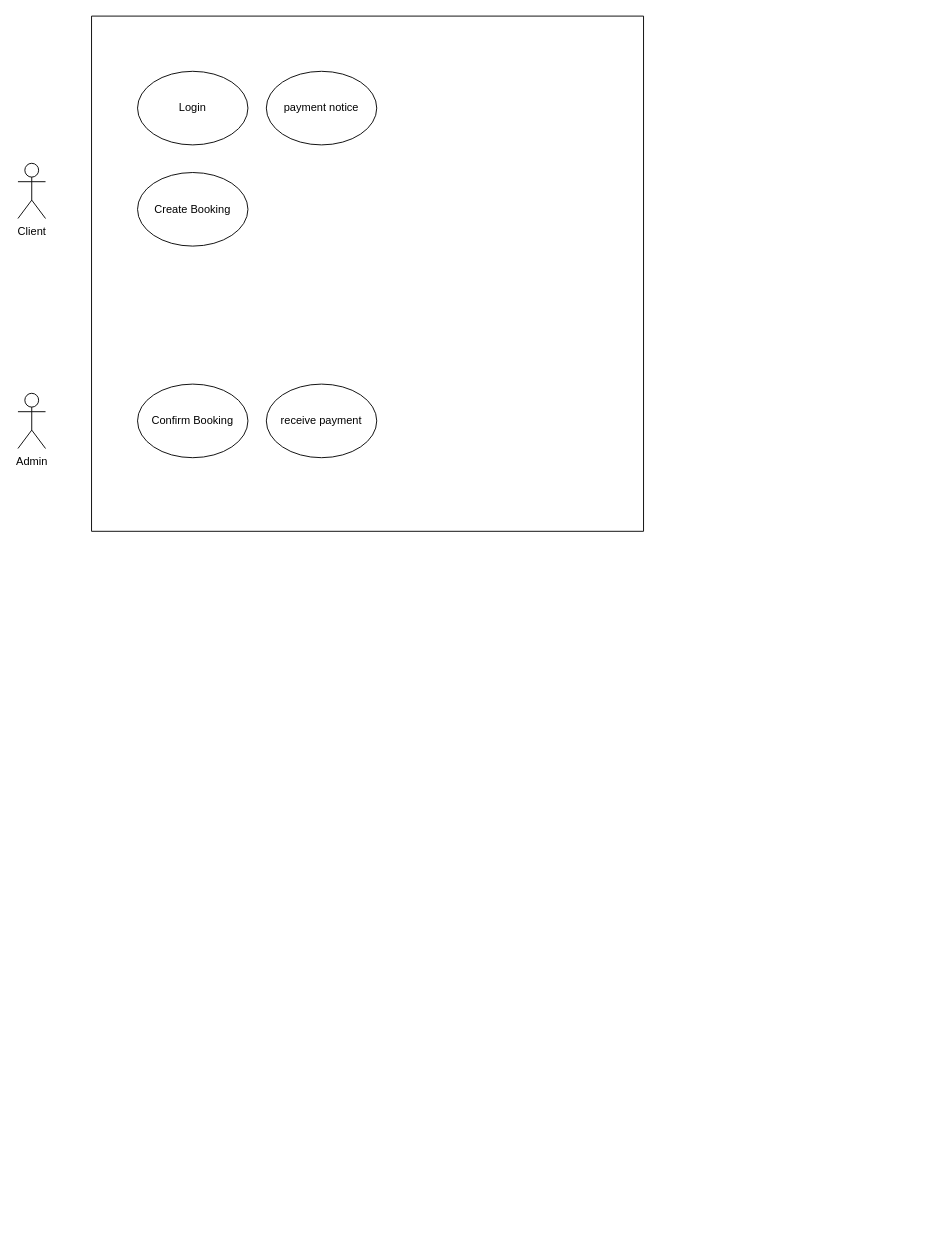
The draw.io diagram resources/useCaseDiagram.drawio in keyboard-jo/java-project, before the edit. Source tidied: cells renumbered, new cells numbered last; positions are measured from the earlier drawing's top-left corner, leaving out a move shared by most shapes. Both pictures are drawn from the tidied source at 92%, with x=0, y=0 at pixel (17, 16).
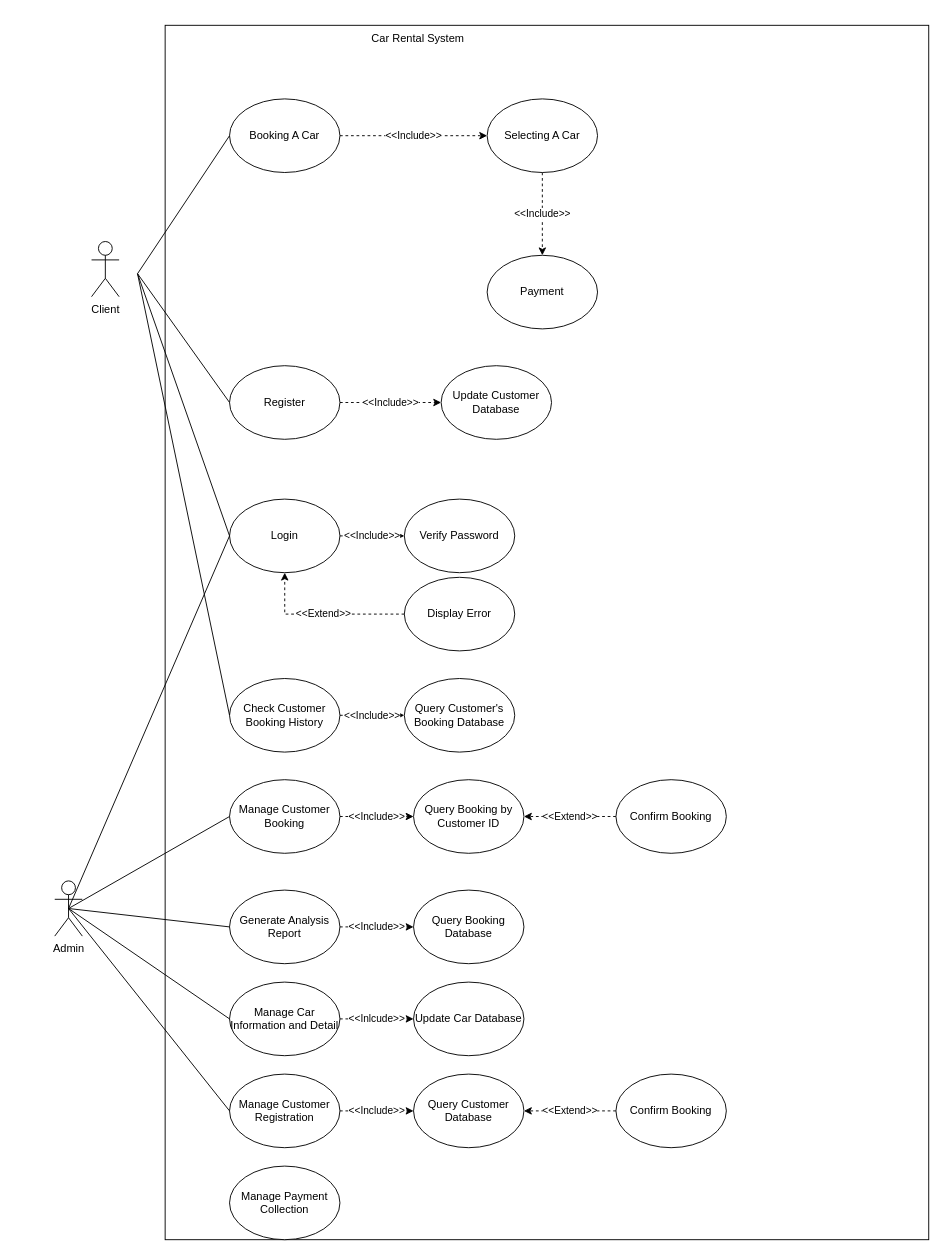
The same diagram, later.

What changed in the source:
```diff
@@
-    <mxCell id="2" style="swimlane;startSize=0;" parent="1" vertex="1">
-      <mxGeometry x="80" width="600" height="560" as="geometry" />
-    </mxCell>
+    <mxCell id="10" style="rounded=0;whiteSpace=wrap;html=1;" parent="1" vertex="1">
+      <mxGeometry x="160" y="10" width="830" height="1320" as="geometry" />
+    </mxCell>
+    <mxCell id="11" value="Car Rental System" style="text;html=1;strokeColor=none;fillColor=none;align=center;verticalAlign=middle;whiteSpace=wrap;rounded=0;" parent="1" vertex="1">
+      <mxGeometry x="370" y="10" width="130" height="30" as="geometry" />
+    </mxCell>
+    <mxCell id="12" value="&amp;lt;&amp;lt;Include&amp;gt;&amp;gt;" style="edgeStyle=orthogonalEdgeStyle;rounded=0;jettySize=auto;html=1;dashed=1;startArrow=none;startFill=0;endArrow=classic;endFill=1;" parent="1" edge="1" source="13" target="52">
+      <mxGeometry relative="1" as="geometry" />
+    </mxCell>
+    <mxCell id="13" value="Register" style="ellipse;whiteSpace=wrap;html=1;" parent="1" vertex="1">
+      <mxGeometry x="230" y="380" width="120" height="80" as="geometry" />
+    </mxCell>
+    <mxCell id="14" value="&amp;lt;&amp;lt;Include&amp;gt;&amp;gt;" style="edgeStyle=orthogonalEdgeStyle;rounded=0;jettySize=auto;html=1;entryX=0;entryY=0.5;entryDx=0;entryDy=0;dashed=1;startArrow=none;startFill=0;endArrow=classic;endFill=1;" parent="1" edge="1" source="3" target="23">
+      <mxGeometry relative="1" as="geometry" />
+    </mxCell>
-    <mxCell id="3" value="Login" style="ellipse;whiteSpace=wrap;html=1;" parent="2" vertex="1">
-      <mxGeometry x="50" y="60" width="120" height="80" as="geometry" />
+    <mxCell id="3" value="Login" style="ellipse;whiteSpace=wrap;html=1;" parent="1" vertex="1">
+      <mxGeometry x="230" y="525" width="120" height="80" as="geometry" />
     </mxCell>
-    <mxCell id="4" value="Create Booking" style="ellipse;whiteSpace=wrap;html=1;" parent="2" vertex="1">
-      <mxGeometry x="50" y="170" width="120" height="80" as="geometry" />
-    </mxCell>
-    <mxCell id="5" value="Confirm Booking" style="ellipse;whiteSpace=wrap;html=1;" parent="2" vertex="1">
-      <mxGeometry x="50" y="400" width="120" height="80" as="geometry" />
-    </mxCell>
-    <mxCell id="6" value="payment notice" style="ellipse;whiteSpace=wrap;html=1;" parent="2" vertex="1">
-      <mxGeometry x="190" y="60" width="120" height="80" as="geometry" />
-    </mxCell>
-    <mxCell id="7" value="receive payment" style="ellipse;whiteSpace=wrap;html=1;" parent="2" vertex="1">
-      <mxGeometry x="190" y="400" width="120" height="80" as="geometry" />
-    </mxCell>
+    <mxCell id="15" value="&amp;lt;&amp;lt;Include&amp;gt;&amp;gt;" style="edgeStyle=orthogonalEdgeStyle;rounded=0;jettySize=auto;html=1;entryX=0;entryY=0.5;entryDx=0;entryDy=0;dashed=1;startArrow=none;startFill=0;endArrow=classic;endFill=1;" parent="1" edge="1" source="16" target="25">
+      <mxGeometry relative="1" as="geometry" />
+    </mxCell>
+    <mxCell id="16" value="Booking A Car" style="ellipse;whiteSpace=wrap;html=1;" parent="1" vertex="1">
+      <mxGeometry x="230" y="90" width="120" height="80" as="geometry" />
+    </mxCell>
+    <mxCell id="17" value="Payment" style="ellipse;whiteSpace=wrap;html=1;" parent="1" vertex="1">
+      <mxGeometry x="510" y="260" width="120" height="80" as="geometry" />
+    </mxCell>
+    <mxCell id="18" value="&amp;lt;&amp;lt;Inlcude&amp;gt;&amp;gt;" style="edgeStyle=orthogonalEdgeStyle;rounded=0;jettySize=auto;html=1;dashed=1;startArrow=none;startFill=0;endArrow=classic;endFill=1;" parent="1" edge="1" source="19" target="46">
+      <mxGeometry relative="1" as="geometry" />
+    </mxCell>
+    <mxCell id="19" value="Manage Car Information and Detail" style="ellipse;whiteSpace=wrap;html=1;" parent="1" vertex="1">
+      <mxGeometry x="230" y="1050" width="120" height="80" as="geometry" />
+    </mxCell>
+    <mxCell id="20" style="endArrow=none;html=1;rounded=0;entryX=0;entryY=0.5;entryDx=0;entryDy=0;" parent="1" edge="1" target="13">
+      <mxGeometry relative="1" as="geometry">
+        <mxPoint x="130" y="280" as="sourcePoint" />
+      </mxGeometry>
+    </mxCell>
+    <mxCell id="21" style="endArrow=none;html=1;rounded=0;entryX=0;entryY=0.5;entryDx=0;entryDy=0;" parent="1" edge="1" target="3">
+      <mxGeometry relative="1" as="geometry">
+        <mxPoint x="130" y="280" as="sourcePoint" />
+      </mxGeometry>
+    </mxCell>
+    <mxCell id="22" style="endArrow=none;html=1;rounded=0;entryX=0;entryY=0.5;entryDx=0;entryDy=0;" parent="1" edge="1" target="16">
+      <mxGeometry relative="1" as="geometry">
+        <mxPoint x="130" y="280" as="sourcePoint" />
+      </mxGeometry>
+    </mxCell>
+    <mxCell id="23" value="Verify Password" style="ellipse;whiteSpace=wrap;html=1;" parent="1" vertex="1">
+      <mxGeometry x="420" y="525" width="120" height="80" as="geometry" />
+    </mxCell>
+    <mxCell id="24" value="&amp;lt;&amp;lt;Include&amp;gt;&amp;gt;" style="edgeStyle=orthogonalEdgeStyle;rounded=0;jettySize=auto;html=1;entryX=0.5;entryY=0;entryDx=0;entryDy=0;dashed=1;startArrow=none;startFill=0;endArrow=classic;endFill=1;" parent="1" edge="1" source="25" target="17">
+      <mxGeometry relative="1" as="geometry" />
+    </mxCell>
+    <mxCell id="25" value="Selecting A Car" style="ellipse;whiteSpace=wrap;html=1;" parent="1" vertex="1">
+      <mxGeometry x="510" y="90" width="120" height="80" as="geometry" />
+    </mxCell>
+    <mxCell id="9" value="Admin" style="shape=umlActor;verticalLabelPosition=bottom;verticalAlign=top;html=1;outlineConnect=0;" parent="1" vertex="1">
+      <mxGeometry x="40" y="940" width="30" height="60" as="geometry" />
+    </mxCell>
     <mxCell id="8" value="Client" style="shape=umlActor;verticalLabelPosition=bottom;verticalAlign=top;html=1;" parent="1" vertex="1">
-      <mxGeometry y="160" width="30" height="60" as="geometry" />
+      <mxGeometry x="80" y="245" width="30" height="60" as="geometry" />
     </mxCell>
-    <mxCell id="9" value="Admin" style="shape=umlActor;verticalLabelPosition=bottom;verticalAlign=top;html=1;outlineConnect=0;" parent="1" vertex="1">
-      <mxGeometry y="410" width="30" height="60" as="geometry" />
-    </mxCell>
+    <mxCell id="26" value="&amp;lt;&amp;lt;Include&amp;gt;&amp;gt;" style="edgeStyle=orthogonalEdgeStyle;rounded=0;jettySize=auto;html=1;entryX=0;entryY=0.5;entryDx=0;entryDy=0;startArrow=none;startFill=0;endArrow=classic;endFill=1;dashed=1;" parent="1" edge="1" source="27" target="43">
+      <mxGeometry relative="1" as="geometry" />
+    </mxCell>
+    <mxCell id="27" value="Check Customer Booking History" style="ellipse;whiteSpace=wrap;html=1;" parent="1" vertex="1">
+      <mxGeometry x="230" y="720" width="120" height="80" as="geometry" />
+    </mxCell>
+    <mxCell id="28" value="&amp;lt;&amp;lt;Include&amp;gt;&amp;gt;" style="edgeStyle=orthogonalEdgeStyle;rounded=0;jettySize=auto;html=1;entryX=0;entryY=0.5;entryDx=0;entryDy=0;dashed=1;startArrow=none;startFill=0;endArrow=classic;endFill=1;" parent="1" edge="1" source="29" target="45">
+      <mxGeometry relative="1" as="geometry" />
+    </mxCell>
+    <mxCell id="29" value="Generate Analysis Report" style="ellipse;whiteSpace=wrap;html=1;" parent="1" vertex="1">
+      <mxGeometry x="230" y="950" width="120" height="80" as="geometry" />
+    </mxCell>
+    <mxCell id="30" style="endArrow=none;html=1;rounded=0;entryX=0;entryY=0.5;entryDx=0;entryDy=0;exitX=0.5;exitY=0.5;exitDx=0;exitDy=0;exitPerimeter=0;" parent="1" edge="1" source="9" target="29">
+      <mxGeometry relative="1" as="geometry" />
+    </mxCell>
+    <mxCell id="31" style="endArrow=none;html=1;rounded=0;exitX=0.5;exitY=0.5;exitDx=0;exitDy=0;exitPerimeter=0;entryX=0;entryY=0.5;entryDx=0;entryDy=0;" parent="1" edge="1" source="9" target="19">
+      <mxGeometry relative="1" as="geometry" />
+    </mxCell>
+    <mxCell id="32" value="&amp;lt;&amp;lt;Include&amp;gt;&amp;gt;" style="edgeStyle=orthogonalEdgeStyle;rounded=0;jettySize=auto;html=1;dashed=1;startArrow=none;startFill=0;endArrow=classic;endFill=1;" parent="1" edge="1" source="33" target="44">
+      <mxGeometry relative="1" as="geometry" />
+    </mxCell>
+    <mxCell id="33" value="Manage Customer Booking" style="ellipse;whiteSpace=wrap;html=1;" parent="1" vertex="1">
+      <mxGeometry x="230" y="830" width="120" height="80" as="geometry" />
+    </mxCell>
+    <mxCell id="34" value="&amp;lt;&amp;lt;Include&amp;gt;&amp;gt;" style="edgeStyle=orthogonalEdgeStyle;rounded=0;jettySize=auto;html=1;dashed=1;startArrow=none;startFill=0;endArrow=classic;endFill=1;" parent="1" edge="1" source="35" target="49">
+      <mxGeometry relative="1" as="geometry" />
+    </mxCell>
+    <mxCell id="35" value="Manage Customer Registration" style="ellipse;whiteSpace=wrap;html=1;" parent="1" vertex="1">
+      <mxGeometry x="230" y="1150" width="120" height="80" as="geometry" />
+    </mxCell>
+    <mxCell id="36" value="Manage Payment Collection" style="ellipse;whiteSpace=wrap;html=1;" parent="1" vertex="1">
+      <mxGeometry x="230" y="1250" width="120" height="80" as="geometry" />
+    </mxCell>
+    <mxCell id="37" style="endArrow=none;html=1;rounded=0;exitX=0.5;exitY=0.5;exitDx=0;exitDy=0;exitPerimeter=0;entryX=0;entryY=0.5;entryDx=0;entryDy=0;" parent="1" edge="1" source="9" target="33">
+      <mxGeometry relative="1" as="geometry" />
+    </mxCell>
+    <mxCell id="38" style="endArrow=none;html=1;rounded=0;entryX=0.5;entryY=0.5;entryDx=0;entryDy=0;entryPerimeter=0;exitX=0;exitY=0.5;exitDx=0;exitDy=0;" parent="1" edge="1" source="35" target="9">
+      <mxGeometry relative="1" as="geometry" />
+    </mxCell>
+    <mxCell id="39" value="&amp;lt;&amp;lt;Extend&amp;gt;&amp;gt;" style="edgeStyle=orthogonalEdgeStyle;rounded=0;jettySize=auto;html=1;entryX=0.5;entryY=1;entryDx=0;entryDy=0;dashed=1;startArrow=none;startFill=0;endArrow=classic;endFill=1;" parent="1" edge="1" source="40" target="3">
+      <mxGeometry relative="1" as="geometry" />
+    </mxCell>
+    <mxCell id="40" value="Display Error" style="ellipse;whiteSpace=wrap;html=1;" parent="1" vertex="1">
+      <mxGeometry x="420" y="610" width="120" height="80" as="geometry" />
+    </mxCell>
+    <mxCell id="41" style="endArrow=none;html=1;rounded=0;exitX=0;exitY=0.5;exitDx=0;exitDy=0;" parent="1" edge="1" source="27">
+      <mxGeometry relative="1" as="geometry">
+        <mxPoint x="130" y="280" as="targetPoint" />
+      </mxGeometry>
+    </mxCell>
+    <mxCell id="42" style="endArrow=none;html=1;rounded=0;exitX=0.5;exitY=0.5;exitDx=0;exitDy=0;exitPerimeter=0;entryX=0;entryY=0.5;entryDx=0;entryDy=0;" parent="1" edge="1" source="9" target="3">
+      <mxGeometry relative="1" as="geometry" />
+    </mxCell>
+    <mxCell id="43" value="Query Customer's Booking Database" style="ellipse;whiteSpace=wrap;html=1;" parent="1" vertex="1">
+      <mxGeometry x="420" y="720" width="120" height="80" as="geometry" />
+    </mxCell>
+    <mxCell id="44" value="Query Booking by Customer ID" style="ellipse;whiteSpace=wrap;html=1;" parent="1" vertex="1">
+      <mxGeometry x="430" y="830" width="120" height="80" as="geometry" />
+    </mxCell>
+    <mxCell id="45" value="Query Booking Database" style="ellipse;whiteSpace=wrap;html=1;" parent="1" vertex="1">
+      <mxGeometry x="430" y="950" width="120" height="80" as="geometry" />
+    </mxCell>
+    <mxCell id="46" value="Update Car Database" style="ellipse;whiteSpace=wrap;html=1;" parent="1" vertex="1">
+      <mxGeometry x="430" y="1050" width="120" height="80" as="geometry" />
+    </mxCell>
+    <mxCell id="47" value="&amp;lt;&amp;lt;Extend&amp;gt;&amp;gt;" style="edgeStyle=orthogonalEdgeStyle;rounded=0;jettySize=auto;html=1;dashed=1;startArrow=none;startFill=0;endArrow=classic;endFill=1;entryX=1;entryY=0.5;entryDx=0;entryDy=0;" parent="1" edge="1" source="48" target="44">
+      <mxGeometry relative="1" as="geometry" />
+    </mxCell>
+    <mxCell id="48" value="Confirm Booking" style="ellipse;whiteSpace=wrap;html=1;" parent="1" vertex="1">
+      <mxGeometry x="650" y="830" width="120" height="80" as="geometry" />
+    </mxCell>
+    <mxCell id="49" value="Query Customer Database" style="ellipse;whiteSpace=wrap;html=1;" parent="1" vertex="1">
+      <mxGeometry x="430" y="1150" width="120" height="80" as="geometry" />
+    </mxCell>
+    <mxCell id="50" value="&amp;lt;&amp;lt;Extend&amp;gt;&amp;gt;" style="edgeStyle=orthogonalEdgeStyle;rounded=0;jettySize=auto;html=1;entryX=1;entryY=0.5;entryDx=0;entryDy=0;dashed=1;startArrow=none;startFill=0;endArrow=classic;endFill=1;" parent="1" edge="1" source="51" target="49">
+      <mxGeometry relative="1" as="geometry" />
+    </mxCell>
+    <mxCell id="51" value="Confirm Booking" style="ellipse;whiteSpace=wrap;html=1;" parent="1" vertex="1">
+      <mxGeometry x="650" y="1150" width="120" height="80" as="geometry" />
+    </mxCell>
+    <mxCell id="52" value="Update Customer Database" style="ellipse;whiteSpace=wrap;html=1;" parent="1" vertex="1">
+      <mxGeometry x="460" y="380" width="120" height="80" as="geometry" />
+    </mxCell>
```
